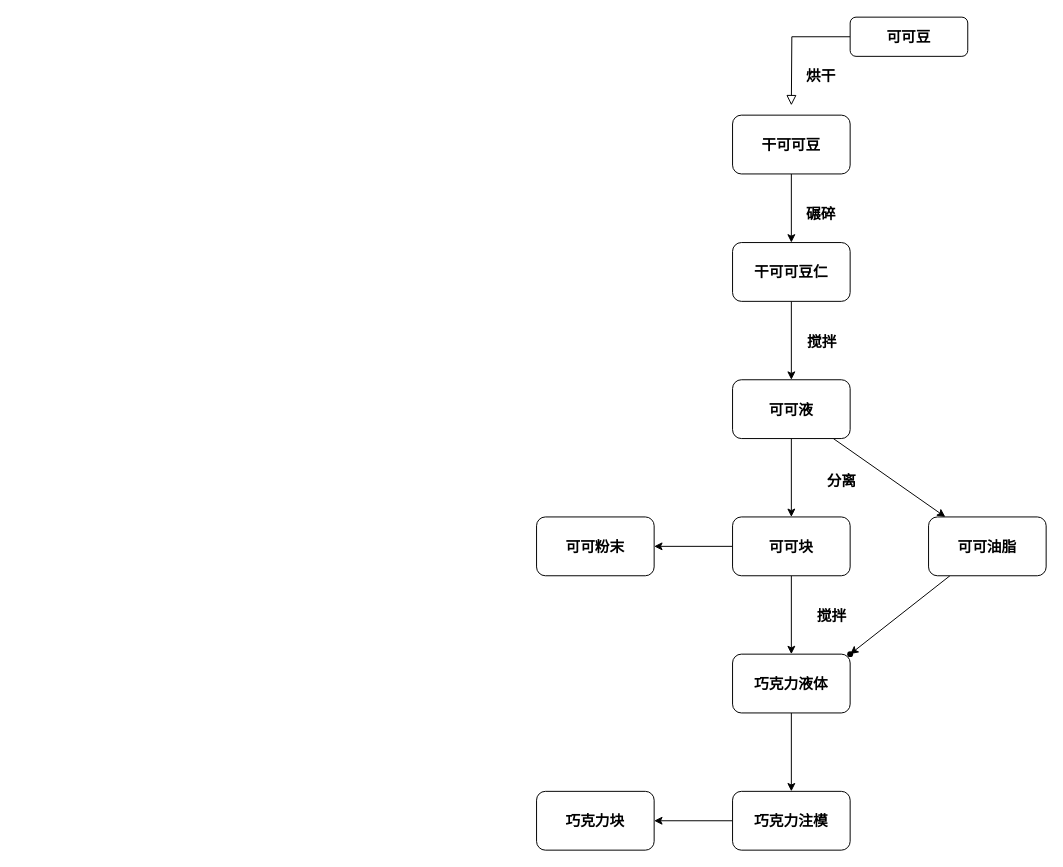
Above: 未命名绘图.drawio in Hardziplay/Ratatouille (draw.io), before the change. Source tidied: cells renumbered, new cells numbered last; positions are measured from the earlier drawing's top-left corner, leaving out a move shared by most shapes. Both pictures are drawn from the tidied source at 98%, with x=0, y=0 at pixel (536, 17).
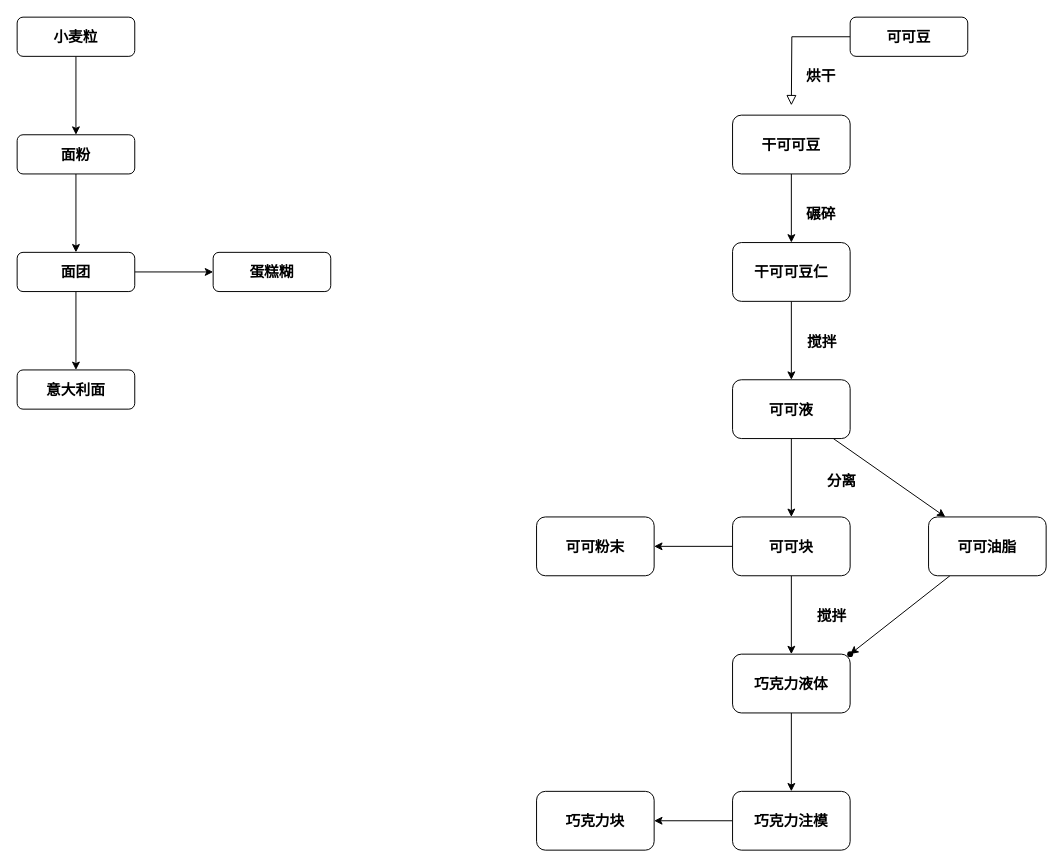
The same diagram, later.

Commit message:
更新未命名绘图.drawio

The edit, as a diff of the source:
```diff
@@
+    <mxCell id="26" style="edgeStyle=orthogonalEdgeStyle;rounded=0;jettySize=auto;html=1;" parent="1" edge="1" source="27" target="29">
+      <mxGeometry relative="1" as="geometry" />
+    </mxCell>
+    <mxCell id="27" value="小麦粒" style="rounded=1;whiteSpace=wrap;html=1;fontSize=15;glass=0;strokeWidth=1;shadow=0;fontStyle=1;" parent="1" vertex="1">
+      <mxGeometry x="-530" width="120" height="40" as="geometry" />
+    </mxCell>
+    <mxCell id="28" style="edgeStyle=orthogonalEdgeStyle;rounded=0;jettySize=auto;html=1;" parent="1" edge="1" source="29" target="32">
+      <mxGeometry relative="1" as="geometry" />
+    </mxCell>
+    <mxCell id="29" value="面粉" style="rounded=1;whiteSpace=wrap;html=1;fontSize=15;glass=0;strokeWidth=1;shadow=0;fontStyle=1;" parent="1" vertex="1">
+      <mxGeometry x="-530" y="120" width="120" height="40" as="geometry" />
+    </mxCell>
+    <mxCell id="30" style="edgeStyle=orthogonalEdgeStyle;rounded=0;jettySize=auto;html=1;" parent="1" edge="1" source="32" target="33">
+      <mxGeometry relative="1" as="geometry" />
+    </mxCell>
+    <mxCell id="31" style="edgeStyle=orthogonalEdgeStyle;rounded=0;jettySize=auto;html=1;" parent="1" edge="1" source="32" target="34">
+      <mxGeometry relative="1" as="geometry" />
+    </mxCell>
+    <mxCell id="32" value="面团" style="rounded=1;whiteSpace=wrap;html=1;fontSize=15;glass=0;strokeWidth=1;shadow=0;fontStyle=1;" parent="1" vertex="1">
+      <mxGeometry x="-530" y="240" width="120" height="40" as="geometry" />
+    </mxCell>
+    <mxCell id="33" value="意大利面" style="rounded=1;whiteSpace=wrap;html=1;fontSize=15;glass=0;strokeWidth=1;shadow=0;fontStyle=1;" parent="1" vertex="1">
+      <mxGeometry x="-530" y="360" width="120" height="40" as="geometry" />
+    </mxCell>
+    <mxCell id="34" value="蛋糕糊" style="rounded=1;whiteSpace=wrap;html=1;fontSize=15;glass=0;strokeWidth=1;shadow=0;fontStyle=1;" parent="1" vertex="1">
+      <mxGeometry x="-330" y="240" width="120" height="40" as="geometry" />
+    </mxCell>
```
